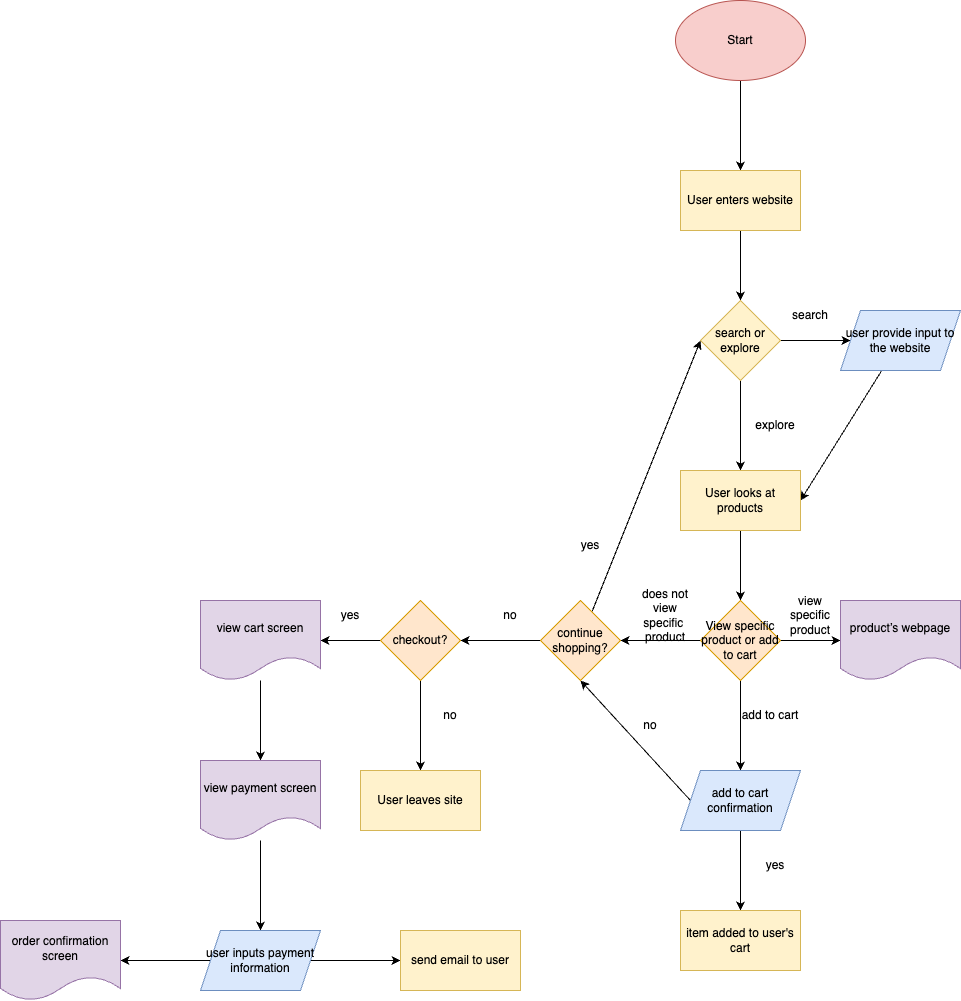
Above: explore/diagramming/diagram.drawio.png in B2Bomber2/sp25-cse110-lab4 (draw.io), before the change. Source tidied: cells renumbered, new cells last; positions are measured from the earlier drawing's top-left corner, leaving out a move shared by most shapes.
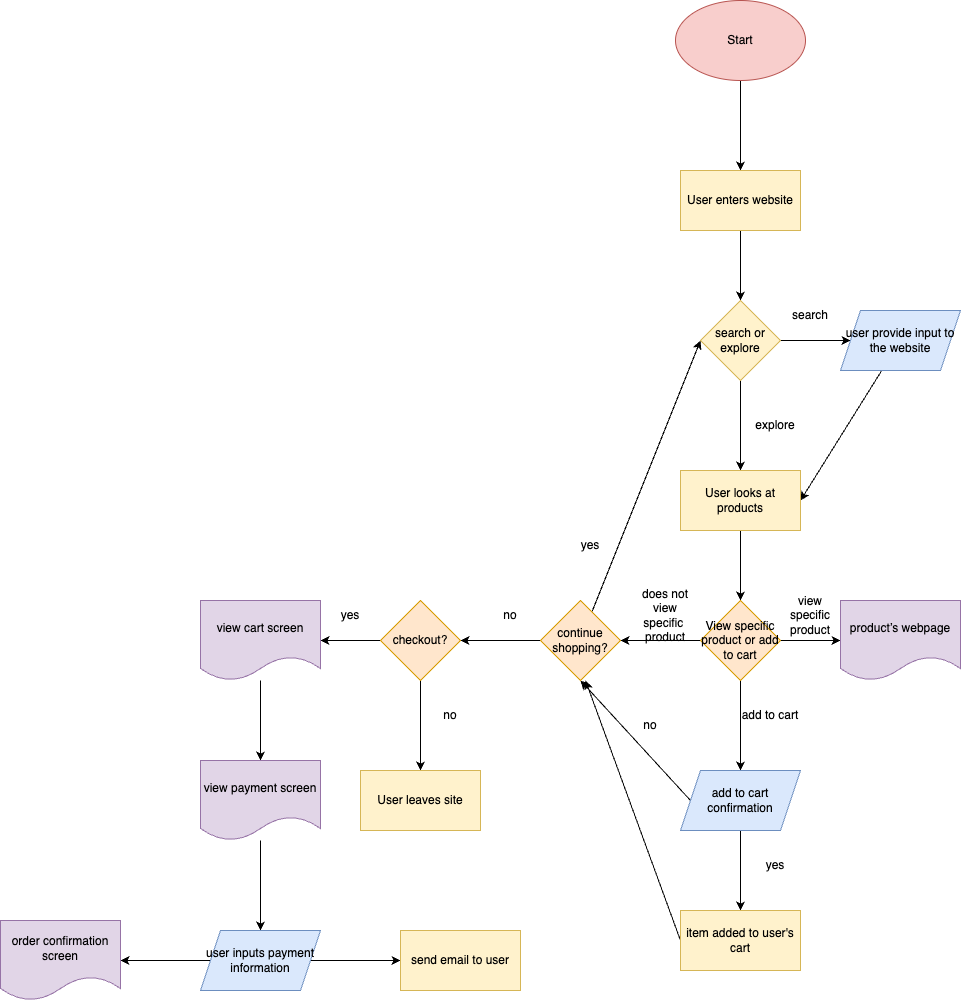
Later version of the same file.

Diff of the diagram source:
```diff
@@ -86,6 +86,11 @@
     <mxCell id="29" value="yes" style="text;strokeColor=none;align=center;fillColor=none;html=1;verticalAlign=middle;whiteSpace=wrap;rounded=0;" parent="1" vertex="1">
       <mxGeometry x="560" y="530" width="60" height="30" as="geometry" />
     </mxCell>
+    <mxCell id="49" style="edgeStyle=none;html=1;exitX=0;exitY=0.5;exitDx=0;exitDy=0;" parent="1" edge="1" source="30">
+      <mxGeometry relative="1" as="geometry">
+        <mxPoint x="585" y="680" as="targetPoint" />
+      </mxGeometry>
+    </mxCell>
     <mxCell id="30" value="item added to user's cart" style="whiteSpace=wrap;html=1;fillColor=#fff2cc;strokeColor=#d6b656;" parent="1" vertex="1">
       <mxGeometry x="680" y="910" width="120" height="60" as="geometry" />
     </mxCell>
```
